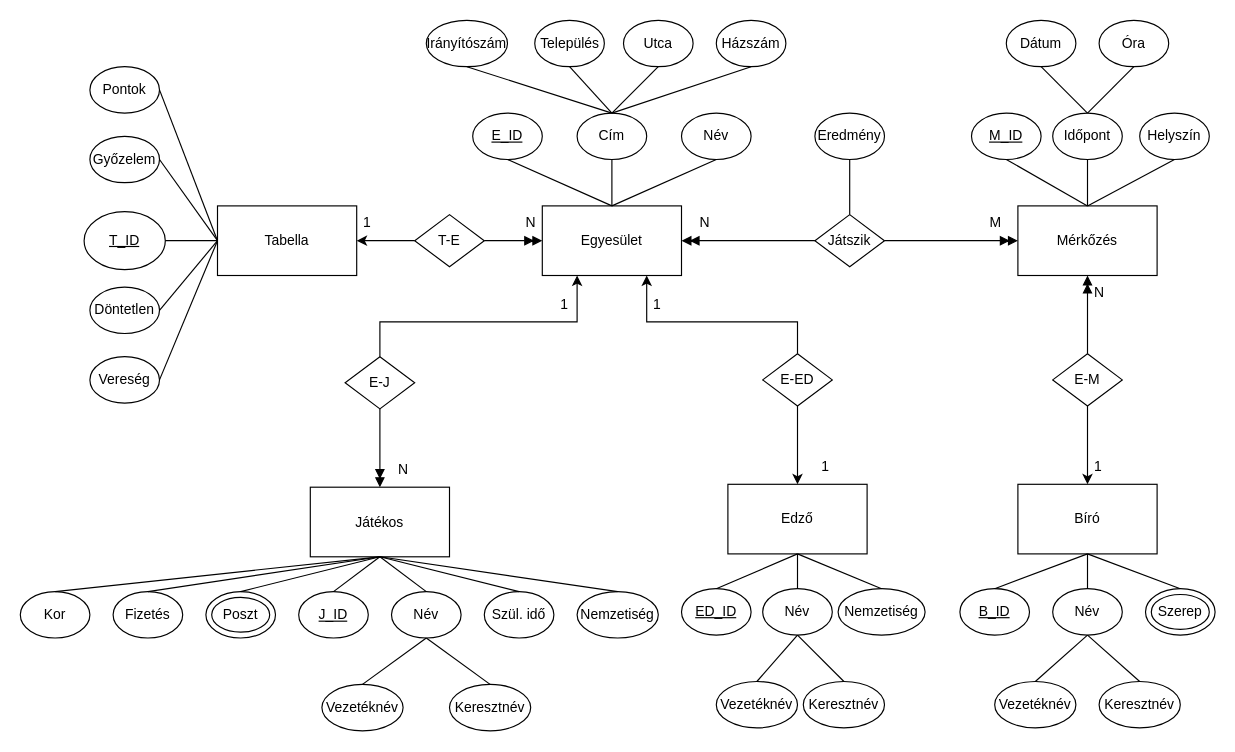
Earlier version of the draw.io diagram XMLTaskWH85ZH/1.Feladat/ERWH85ZH.drawio (NyAgoston/WH85ZH_XMLGyak). Source tidied: cells renumbered, new cells numbered last; positions are measured from the earlier drawing's top-left corner, leaving out a move shared by most shapes. Both pictures are drawn from the tidied source at 116%, with x=0, y=0 at pixel (20, 20).
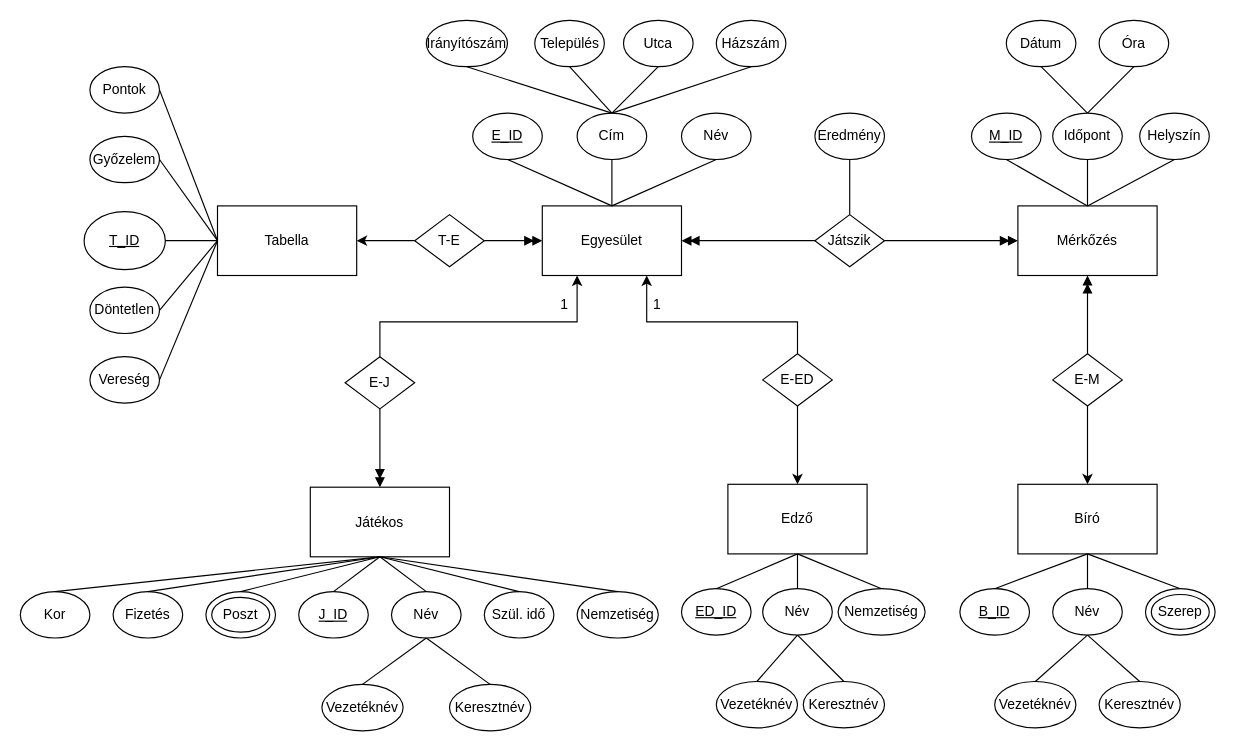
The same page after the edit.

Unchanged cells that the change refers to:
```xml
<mxCell id="69" style="group;" parent="1" vertex="1">
  <mxGeometry y="290" width="550" height="322.5" as="geometry" />
</mxCell>
```

Change to the diagram source:
```diff
@@
-    <mxCell id="19" value="1" style="text;strokeColor=none;fillColor=none;align=left;verticalAlign=middle;spacingLeft=4;spacingRight=4;overflow=hidden;whiteSpace=wrap;html=1;" parent="1" vertex="1">
-      <mxGeometry x="290" y="160" width="20" height="30" as="geometry" />
-    </mxCell>
-    <mxCell id="20" value="N" style="text;strokeColor=none;fillColor=none;align=left;verticalAlign=middle;spacingLeft=4;spacingRight=4;overflow=hidden;whiteSpace=wrap;html=1;" parent="1" vertex="1">
-      <mxGeometry x="430" y="160" width="20" height="30" as="geometry" />
-    </mxCell>
@@
-    <mxCell id="55" value="M" style="text;strokeColor=none;fillColor=none;align=left;verticalAlign=middle;spacingLeft=4;spacingRight=4;overflow=hidden;whiteSpace=wrap;html=1;" parent="1" vertex="1">
-      <mxGeometry x="830" y="160" width="20" height="30" as="geometry" />
-    </mxCell>
-    <mxCell id="56" value="N" style="text;strokeColor=none;fillColor=none;align=left;verticalAlign=middle;spacingLeft=4;spacingRight=4;overflow=hidden;whiteSpace=wrap;html=1;" parent="1" vertex="1">
-      <mxGeometry x="580" y="160" width="20" height="30" as="geometry" />
-    </mxCell>
@@
-    <mxCell id="67" value="N" style="text;strokeColor=none;fillColor=none;align=left;verticalAlign=middle;spacingLeft=4;spacingRight=4;overflow=hidden;whiteSpace=wrap;html=1;" parent="1" vertex="1">
-      <mxGeometry x="920" y="220" width="20" height="30" as="geometry" />
-    </mxCell>
-    <mxCell id="68" value="1" style="text;strokeColor=none;fillColor=none;align=left;verticalAlign=middle;spacingLeft=4;spacingRight=4;overflow=hidden;whiteSpace=wrap;html=1;" parent="1" vertex="1">
-      <mxGeometry x="920" y="370" width="20" height="30" as="geometry" />
-    </mxCell>
@@
-    <mxCell id="73" value="N" style="text;strokeColor=none;fillColor=none;align=left;verticalAlign=middle;spacingLeft=4;spacingRight=4;overflow=hidden;whiteSpace=wrap;html=1;" parent="69" vertex="1">
-      <mxGeometry x="320" y="82.5" width="20" height="30" as="geometry" />
-    </mxCell>
@@
-    <mxCell id="97" value="1" style="text;strokeColor=none;fillColor=none;align=left;verticalAlign=middle;spacingLeft=4;spacingRight=4;overflow=hidden;whiteSpace=wrap;html=1;" parent="1" vertex="1">
-      <mxGeometry x="685" y="370" width="20" height="30" as="geometry" />
-    </mxCell>
```
